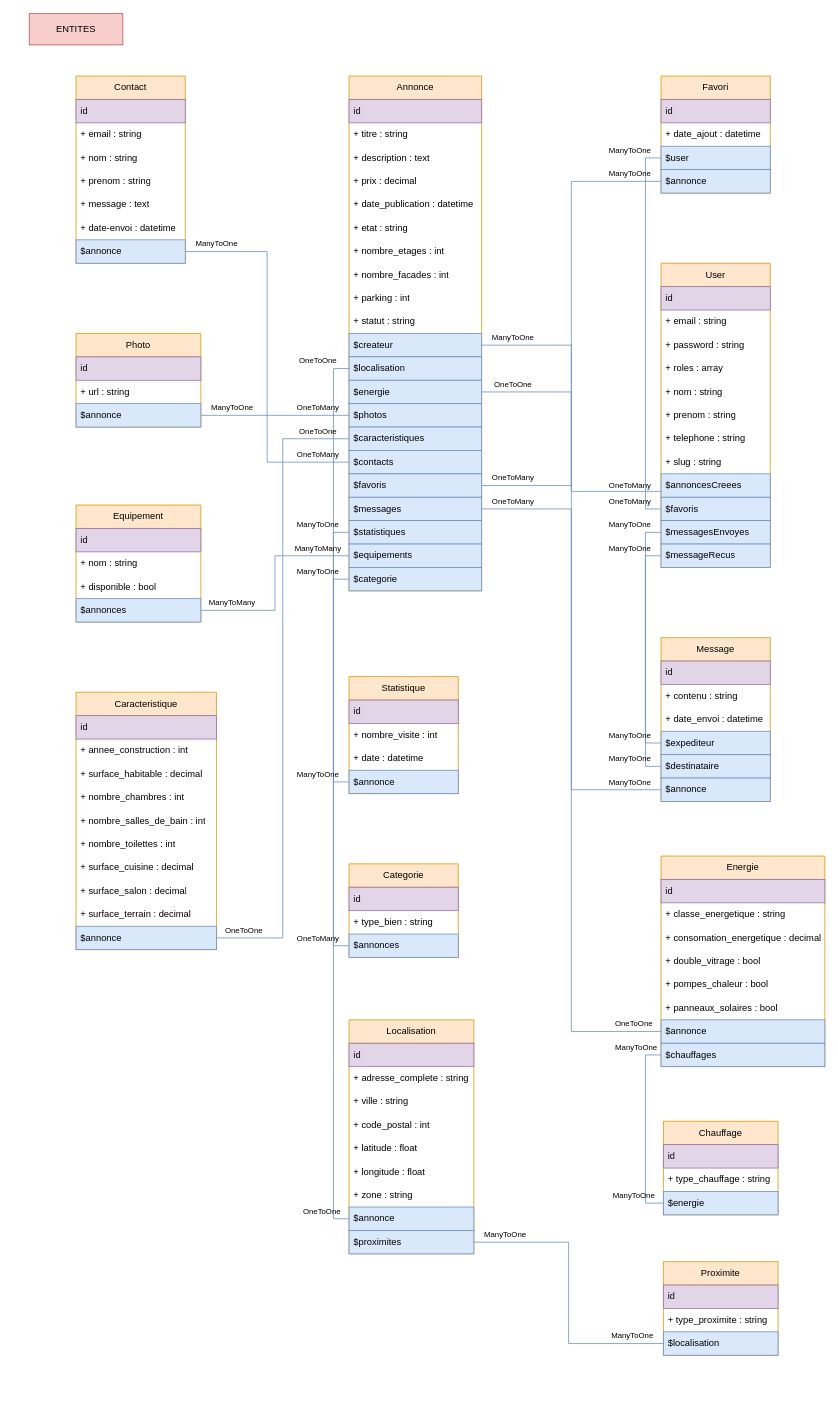
Above: trouvemontoit.drawio in waerks/TrouveMonToitProject (draw.io), before the change. Source tidied: cells renumbered, new cells numbered last; positions are measured from the earlier drawing's top-left corner, leaving out a move shared by most shapes. Both pictures are drawn from the tidied source at 78%, with x=0, y=0 at pixel (29, 13).
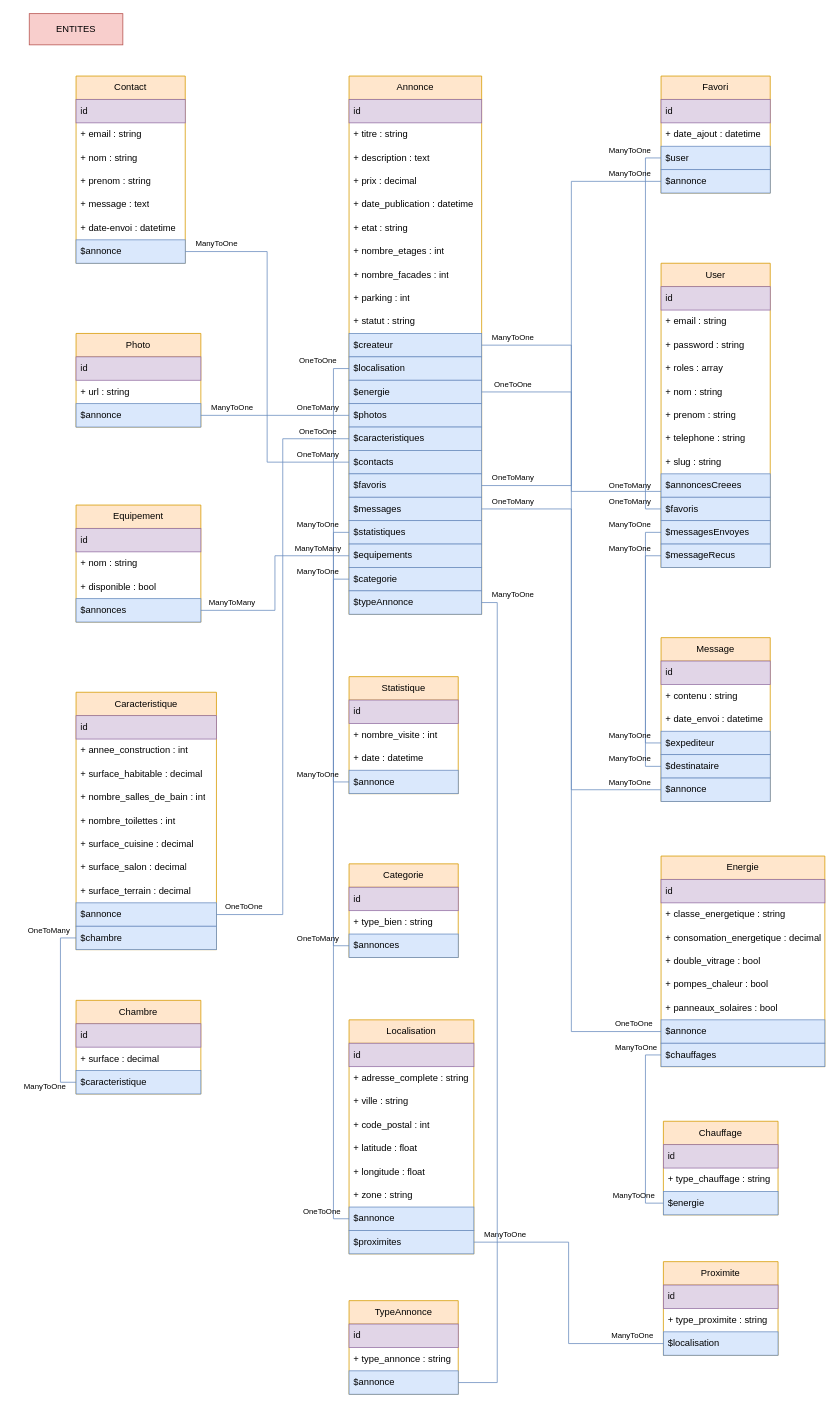
The same page after the edit.

The change refers to these unchanged cells:
```xml
<mxCell id="57" value="Caracteristique" style="swimlane;fontStyle=0;horizontal=1;startSize=30;whiteSpace=wrap;html=1;fillColor=#ffe6cc;strokeColor=#d79b00;" parent="1" vertex="1">
  <mxGeometry x="60" y="870" width="180" height="330" as="geometry" />
</mxCell>
```

Diff of the diagram source:
```diff
@@
     <mxCell id="21" value="Annonce" style="swimlane;fontStyle=0;horizontal=1;startSize=30;whiteSpace=wrap;html=1;fillColor=#ffe6cc;strokeColor=#d79b00;" parent="1" vertex="1">
-      <mxGeometry x="410" y="80" width="170" height="660" as="geometry" />
+      <mxGeometry x="410" y="80" width="170" height="690" as="geometry" />
     </mxCell>
@@
+    <mxCell id="162" value="$typeAnnonce" style="text;strokeColor=#6c8ebf;fillColor=#dae8fc;align=left;verticalAlign=middle;spacingLeft=4;spacingRight=4;overflow=hidden;points=[[0,0.5],[1,0.5]];portConstraint=eastwest;whiteSpace=wrap;html=1;" parent="21" vertex="1">
+      <mxGeometry y="660" width="170" height="30" as="geometry" />
+    </mxCell>
@@
-    <mxCell id="61" value="+ nombre_chambres : int" style="text;strokeColor=none;fillColor=none;align=left;verticalAlign=middle;spacingLeft=4;spacingRight=4;overflow=hidden;whiteSpace=wrap;html=1;" parent="57" vertex="1">
-      <mxGeometry y="120" width="180" height="30" as="geometry" />
-    </mxCell>
     <mxCell id="62" value="+ nombre_salles_de_bain : int" style="text;strokeColor=none;fillColor=none;align=left;verticalAlign=middle;spacingLeft=4;spacingRight=4;overflow=hidden;whiteSpace=wrap;html=1;" parent="57" vertex="1">
-      <mxGeometry y="150" width="180" height="30" as="geometry" />
+      <mxGeometry y="120" width="180" height="30" as="geometry" />
     </mxCell>
     <mxCell id="63" value="+ nombre_toilettes : int" style="text;strokeColor=none;fillColor=none;align=left;verticalAlign=middle;spacingLeft=4;spacingRight=4;overflow=hidden;whiteSpace=wrap;html=1;" parent="57" vertex="1">
-      <mxGeometry y="180" width="180" height="30" as="geometry" />
+      <mxGeometry y="150" width="180" height="30" as="geometry" />
     </mxCell>
     <mxCell id="64" value="+ surface_cuisine : decimal" style="text;strokeColor=none;fillColor=none;align=left;verticalAlign=middle;spacingLeft=4;spacingRight=4;overflow=hidden;whiteSpace=wrap;html=1;" parent="57" vertex="1">
-      <mxGeometry y="210" width="180" height="30" as="geometry" />
+      <mxGeometry y="180" width="180" height="30" as="geometry" />
     </mxCell>
     <mxCell id="65" value="+ surface_salon : decimal" style="text;strokeColor=none;fillColor=none;align=left;verticalAlign=middle;spacingLeft=4;spacingRight=4;overflow=hidden;whiteSpace=wrap;html=1;" parent="57" vertex="1">
-      <mxGeometry y="240" width="180" height="30" as="geometry" />
+      <mxGeometry y="210" width="180" height="30" as="geometry" />
     </mxCell>
     <mxCell id="66" value="+ surface_terrain : decimal" style="text;strokeColor=none;fillColor=none;align=left;verticalAlign=middle;spacingLeft=4;spacingRight=4;overflow=hidden;whiteSpace=wrap;html=1;" parent="57" vertex="1">
-      <mxGeometry y="270" width="180" height="30" as="geometry" />
+      <mxGeometry y="240" width="180" height="30" as="geometry" />
     </mxCell>
     <mxCell id="67" value="$annonce" style="text;strokeColor=#6c8ebf;fillColor=#dae8fc;align=left;verticalAlign=middle;spacingLeft=4;spacingRight=4;overflow=hidden;points=[[0,0.5],[1,0.5]];portConstraint=eastwest;whiteSpace=wrap;html=1;" parent="57" vertex="1">
-      <mxGeometry y="300" width="180" height="30" as="geometry" />
+      <mxGeometry y="270" width="180" height="30" as="geometry" />
     </mxCell>
+    <mxCell id="163" value="$chambre" style="text;strokeColor=#6c8ebf;fillColor=#dae8fc;align=left;verticalAlign=middle;spacingLeft=4;spacingRight=4;overflow=hidden;points=[[0,0.5],[1,0.5]];portConstraint=eastwest;whiteSpace=wrap;html=1;" parent="57" vertex="1">
+      <mxGeometry y="300" width="180" height="30" as="geometry" />
+    </mxCell>
@@
     <mxCell id="143" value="&lt;font style=&quot;font-size: 10px;&quot;&gt;OneToOne&lt;/font&gt;" style="text;html=1;align=center;verticalAlign=middle;strokeColor=none;fillColor=none;" parent="1" vertex="1">
-      <mxGeometry x="240" y="1160" width="70" height="30" as="geometry" />
+      <mxGeometry x="240" y="1130" width="70" height="30" as="geometry" />
     </mxCell>
@@
+    <mxCell id="164" value="Chambre" style="swimlane;fontStyle=0;horizontal=1;startSize=30;whiteSpace=wrap;html=1;fillColor=#ffe6cc;strokeColor=#d79b00;" parent="1" vertex="1">
+      <mxGeometry x="60" y="1265" width="160" height="120" as="geometry" />
+    </mxCell>
+    <mxCell id="165" value="id" style="text;strokeColor=#9673a6;fillColor=#e1d5e7;align=left;verticalAlign=middle;spacingLeft=4;spacingRight=4;overflow=hidden;whiteSpace=wrap;html=1;" parent="164" vertex="1">
+      <mxGeometry y="30" width="160" height="30" as="geometry" />
+    </mxCell>
+    <mxCell id="166" value="+ surface : decimal" style="text;strokeColor=none;fillColor=none;align=left;verticalAlign=middle;spacingLeft=4;spacingRight=4;overflow=hidden;whiteSpace=wrap;html=1;" parent="164" vertex="1">
+      <mxGeometry y="60" width="160" height="30" as="geometry" />
+    </mxCell>
+    <mxCell id="167" value="$caracteristique" style="text;strokeColor=#6c8ebf;fillColor=#dae8fc;align=left;verticalAlign=middle;spacingLeft=4;spacingRight=4;overflow=hidden;points=[[0,0.5],[1,0.5]];portConstraint=eastwest;whiteSpace=wrap;html=1;" parent="164" vertex="1">
+      <mxGeometry y="90" width="160" height="30" as="geometry" />
+    </mxCell>
+    <mxCell id="168" style="edgeStyle=orthogonalEdgeStyle;rounded=0;jettySize=auto;html=1;exitX=0;exitY=0.5;exitDx=0;exitDy=0;entryX=0;entryY=0.5;entryDx=0;entryDy=0;endArrow=none;endFill=0;fillColor=#dae8fc;strokeColor=#6c8ebf;" parent="1" edge="1" source="163" target="167">
+      <mxGeometry relative="1" as="geometry" />
+    </mxCell>
+    <mxCell id="169" value="&lt;font style=&quot;font-size: 10px;&quot;&gt;OneToMany&lt;/font&gt;" style="text;html=1;align=center;verticalAlign=middle;strokeColor=none;fillColor=none;" parent="1" vertex="1">
+      <mxGeometry x="-15" y="1160" width="80" height="30" as="geometry" />
+    </mxCell>
+    <mxCell id="170" value="&lt;font style=&quot;font-size: 10px;&quot;&gt;ManyToOne&lt;/font&gt;" style="text;html=1;align=center;verticalAlign=middle;strokeColor=none;fillColor=none;" parent="1" vertex="1">
+      <mxGeometry x="-20" y="1360" width="80" height="30" as="geometry" />
+    </mxCell>
+    <mxCell id="171" value="TypeAnnonce" style="swimlane;fontStyle=0;horizontal=1;startSize=30;whiteSpace=wrap;html=1;fillColor=#ffe6cc;strokeColor=#d79b00;" parent="1" vertex="1">
+      <mxGeometry x="410" y="1650" width="140" height="120" as="geometry" />
+    </mxCell>
+    <mxCell id="172" value="id" style="text;strokeColor=#9673a6;fillColor=#e1d5e7;align=left;verticalAlign=middle;spacingLeft=4;spacingRight=4;overflow=hidden;whiteSpace=wrap;html=1;" parent="171" vertex="1">
+      <mxGeometry y="30" width="140" height="30" as="geometry" />
+    </mxCell>
+    <mxCell id="173" value="+ type_annonce : string" style="text;strokeColor=none;fillColor=none;align=left;verticalAlign=middle;spacingLeft=4;spacingRight=4;overflow=hidden;whiteSpace=wrap;html=1;" parent="171" vertex="1">
+      <mxGeometry y="60" width="140" height="30" as="geometry" />
+    </mxCell>
+    <mxCell id="174" value="$annonce" style="text;strokeColor=#6c8ebf;fillColor=#dae8fc;align=left;verticalAlign=middle;spacingLeft=4;spacingRight=4;overflow=hidden;points=[[0,0.5],[1,0.5]];portConstraint=eastwest;whiteSpace=wrap;html=1;" parent="171" vertex="1">
+      <mxGeometry y="90" width="140" height="30" as="geometry" />
+    </mxCell>
+    <mxCell id="175" style="edgeStyle=orthogonalEdgeStyle;rounded=0;jettySize=auto;html=1;exitX=1;exitY=0.5;exitDx=0;exitDy=0;entryX=1;entryY=0.5;entryDx=0;entryDy=0;endArrow=none;endFill=0;fillColor=#dae8fc;strokeColor=#6c8ebf;" parent="1" edge="1" source="162" target="174">
+      <mxGeometry relative="1" as="geometry" />
+    </mxCell>
+    <mxCell id="176" value="&lt;font style=&quot;font-size: 10px;&quot;&gt;ManyToOne&lt;/font&gt;" style="text;html=1;align=center;verticalAlign=middle;strokeColor=none;fillColor=none;" parent="1" vertex="1">
+      <mxGeometry x="580" y="730" width="80" height="30" as="geometry" />
+    </mxCell>
```
